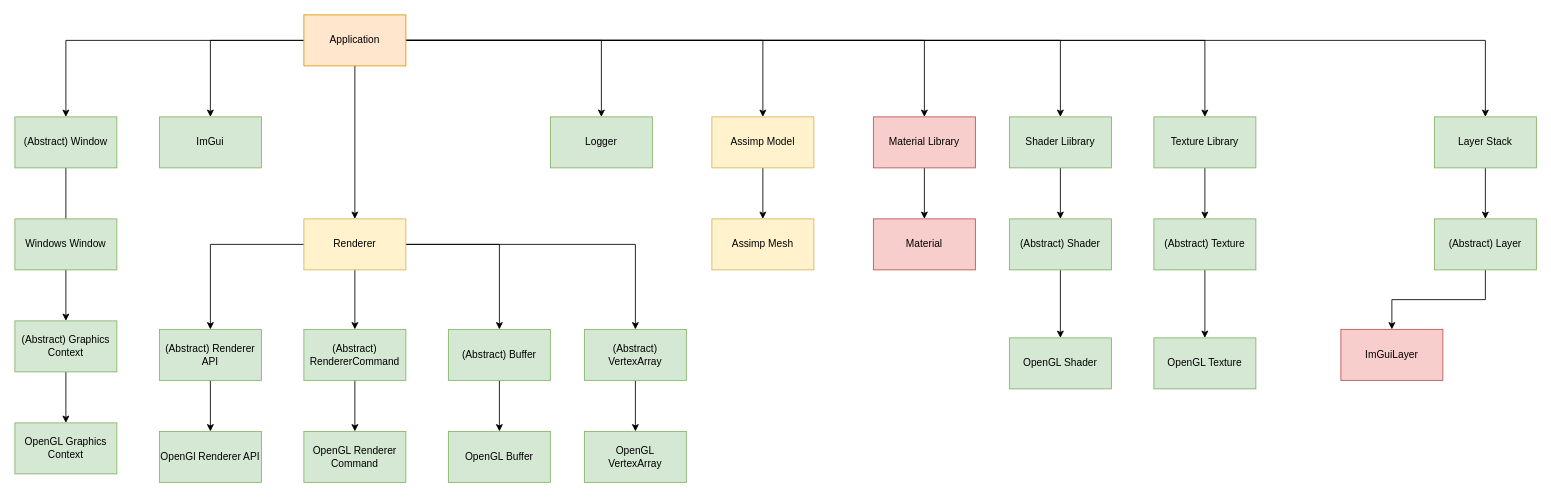
The draw.io diagram AppFlow.drawio in I-Hudson/Engine-Framework, before the edit. Source tidied: cells renumbered, new cells numbered last; positions are measured from the earlier drawing's top-left corner, leaving out a move shared by most shapes. Both pictures are drawn from the tidied source at 85%, with x=0, y=0 at pixel (14, 14).
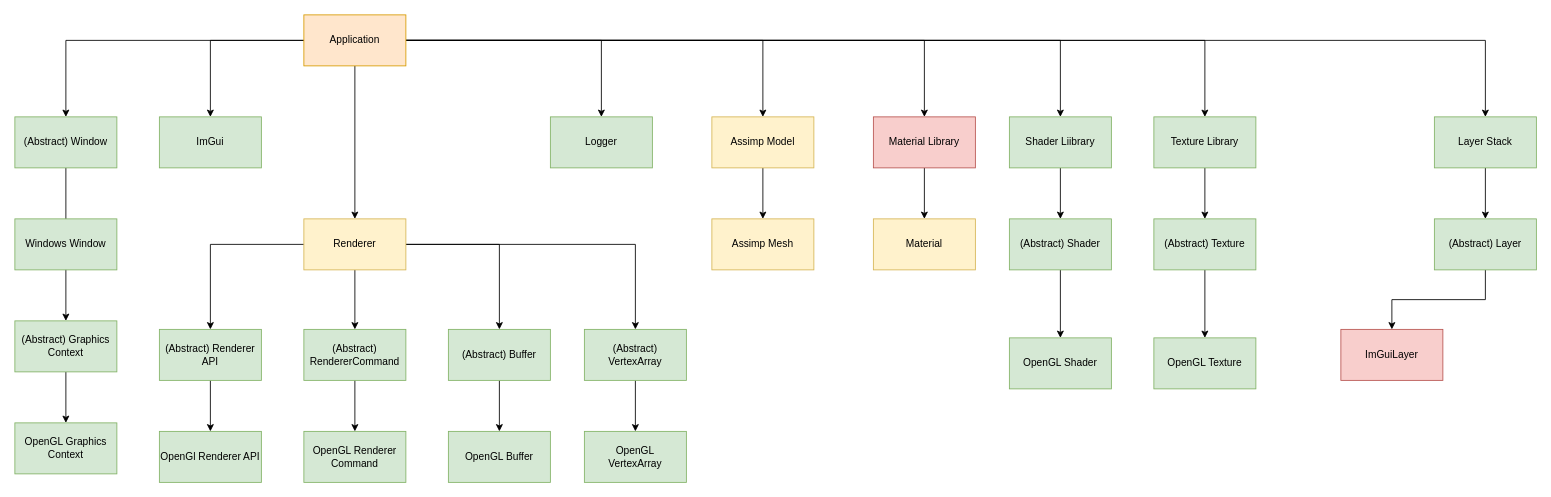
Above is the later version.

What changed in the source:
```diff
@@
-    <mxCell id="41" value="Material" style="rounded=0;whiteSpace=wrap;html=1;fillColor=#f8cecc;strokeColor=#b85450;" parent="1" vertex="1">
+    <mxCell id="41" value="Material" style="rounded=0;whiteSpace=wrap;html=1;fillColor=#fff2cc;strokeColor=#d6b656;" parent="1" vertex="1">
       <mxGeometry x="1010" y="240" width="120" height="60" as="geometry" />
     </mxCell>
```
